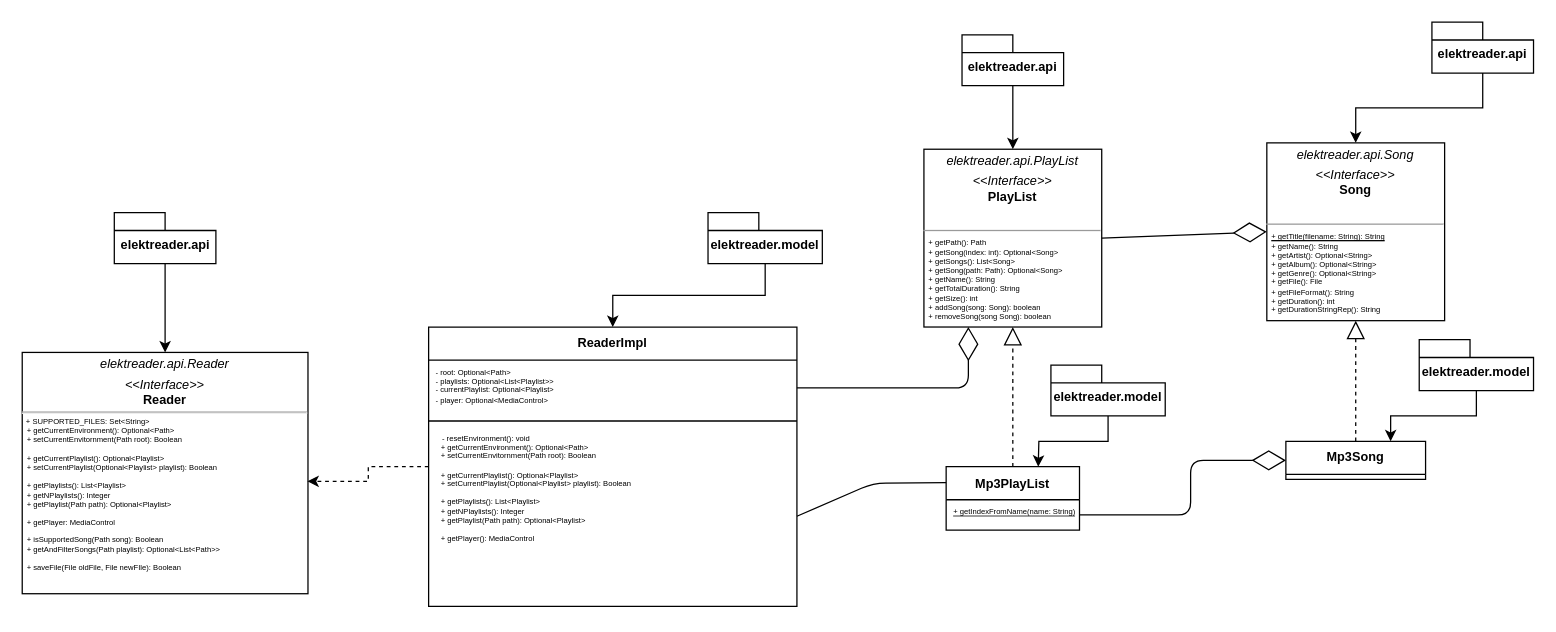
The draw.io diagram UMLDiagram.drawio in pallax03/OOP23-ElektReader, before the edit. Source tidied: cells renumbered, new cells numbered last; positions are measured from the earlier drawing's top-left corner, leaving out a move shared by most shapes. Both pictures are drawn from the tidied source at 127%, with x=0, y=0 at pixel (22, 22).
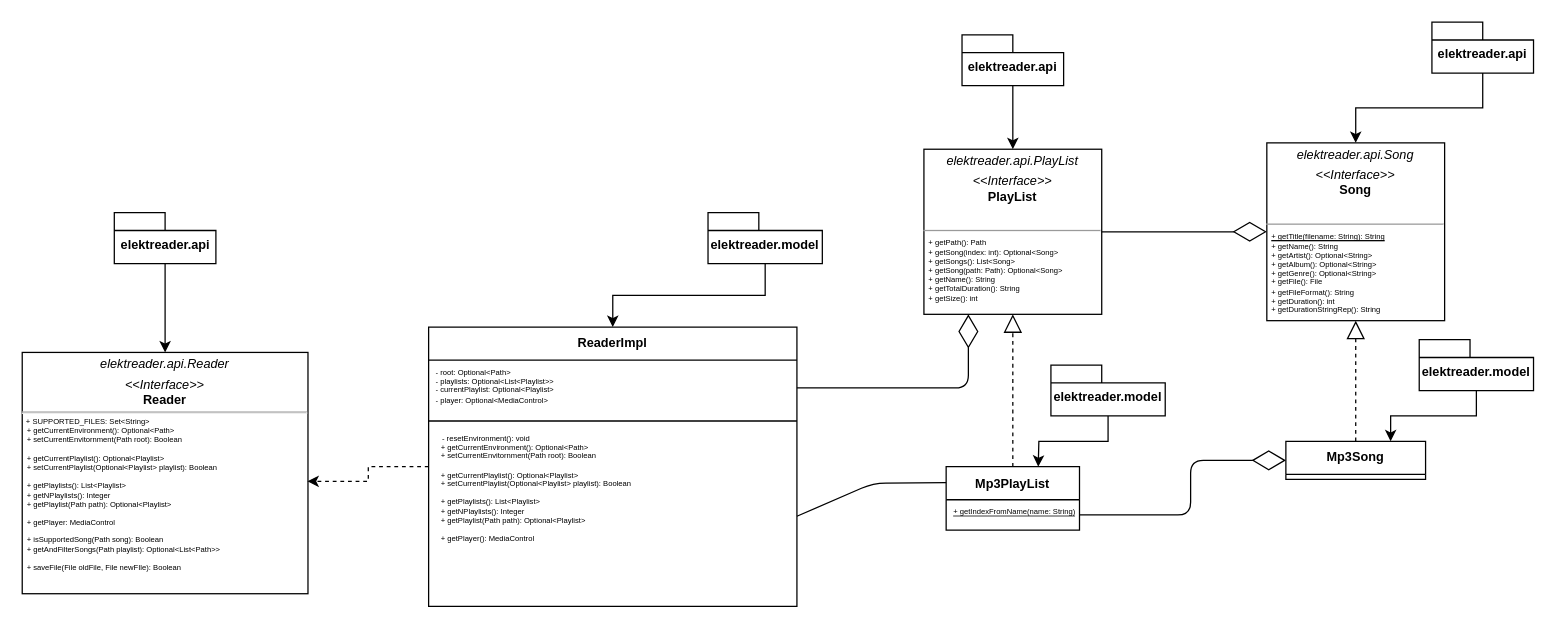
After the change.

Commit message (it also covers changes not shown here):
writing UML diagrams

The edit, as a diff of the source:
```diff
@@
-    <mxCell id="12" value="&lt;p style=&quot;margin: 4px 0px 0px; text-align: center; font-size: 10px;&quot;&gt;&lt;i style=&quot;&quot;&gt;&lt;font style=&quot;font-size: 10px;&quot;&gt;elektreader.api.PlayList&lt;/font&gt;&lt;/i&gt;&lt;/p&gt;&lt;p style=&quot;margin: 4px 0px 0px; text-align: center; font-size: 10px;&quot;&gt;&lt;font style=&quot;font-size: 10px;&quot;&gt;&lt;i style=&quot;&quot;&gt;&amp;lt;&amp;lt;Interface&amp;gt;&amp;gt;&lt;/i&gt;&lt;br&gt;&lt;b style=&quot;&quot;&gt;PlayList&lt;/b&gt;&lt;/font&gt;&lt;/p&gt;&lt;p style=&quot;margin:0px;margin-left:4px;&quot;&gt;&lt;br&gt;&lt;/p&gt;&lt;hr size=&quot;1&quot;&gt;&lt;p style=&quot;margin: 0px 0px 0px 4px; font-size: 6px;&quot;&gt;&lt;font style=&quot;font-size: 6px;&quot;&gt;+ getPath(): Path&lt;/font&gt;&lt;/p&gt;&lt;p style=&quot;margin: 0px 0px 0px 4px; font-size: 6px;&quot;&gt;&lt;font style=&quot;font-size: 6px;&quot;&gt;+ getSong(index: int): Optional&amp;lt;Song&amp;gt;&lt;/font&gt;&lt;/p&gt;&lt;p style=&quot;margin: 0px 0px 0px 4px; font-size: 6px;&quot;&gt;&lt;font style=&quot;font-size: 6px;&quot;&gt;+ getSongs(): List&amp;lt;Song&amp;gt;&lt;/font&gt;&lt;/p&gt;&lt;p style=&quot;margin: 0px 0px 0px 4px; font-size: 6px;&quot;&gt;&lt;font style=&quot;font-size: 6px;&quot;&gt;+ getSong(path: Path): Optional&amp;lt;Song&amp;gt;&lt;/font&gt;&lt;/p&gt;&lt;p style=&quot;margin: 0px 0px 0px 4px; font-size: 6px;&quot;&gt;&lt;font style=&quot;font-size: 6px;&quot;&gt;+ getName(): String&lt;/font&gt;&lt;/p&gt;&lt;p style=&quot;margin: 0px 0px 0px 4px; font-size: 6px;&quot;&gt;&lt;font style=&quot;font-size: 6px;&quot;&gt;+ getTotalDuration(): String&lt;/font&gt;&lt;/p&gt;&lt;p style=&quot;margin: 0px 0px 0px 4px; font-size: 6px;&quot;&gt;&lt;font style=&quot;font-size: 6px;&quot;&gt;+ getSize(): int&lt;/font&gt;&lt;/p&gt;&lt;p style=&quot;margin: 0px 0px 0px 4px; font-size: 6px;&quot;&gt;&lt;font style=&quot;font-size: 6px;&quot;&gt;+ addSong(song: Song): boolean&lt;/font&gt;&lt;/p&gt;&lt;p style=&quot;margin: 0px 0px 0px 4px; font-size: 6px;&quot;&gt;&lt;font style=&quot;font-size: 6px;&quot;&gt;+ removeSong(song Song): boolean&lt;/font&gt;&lt;/p&gt;" style="verticalAlign=top;align=left;overflow=fill;fontSize=12;fontFamily=Helvetica;html=1;" parent="1" vertex="1">
-      <mxGeometry x="710" y="100" width="140" height="140" as="geometry" />
+    <mxCell id="12" value="&lt;p style=&quot;margin: 4px 0px 0px; text-align: center; font-size: 10px;&quot;&gt;&lt;i style=&quot;&quot;&gt;&lt;font style=&quot;font-size: 10px;&quot;&gt;elektreader.api.PlayList&lt;/font&gt;&lt;/i&gt;&lt;/p&gt;&lt;p style=&quot;margin: 4px 0px 0px; text-align: center; font-size: 10px;&quot;&gt;&lt;font style=&quot;font-size: 10px;&quot;&gt;&lt;i style=&quot;&quot;&gt;&amp;lt;&amp;lt;Interface&amp;gt;&amp;gt;&lt;/i&gt;&lt;br&gt;&lt;b style=&quot;&quot;&gt;PlayList&lt;/b&gt;&lt;/font&gt;&lt;/p&gt;&lt;p style=&quot;margin:0px;margin-left:4px;&quot;&gt;&lt;br&gt;&lt;/p&gt;&lt;hr size=&quot;1&quot;&gt;&lt;p style=&quot;margin: 0px 0px 0px 4px; font-size: 6px;&quot;&gt;&lt;font style=&quot;font-size: 6px;&quot;&gt;+ getPath(): Path&lt;/font&gt;&lt;/p&gt;&lt;p style=&quot;margin: 0px 0px 0px 4px; font-size: 6px;&quot;&gt;&lt;font style=&quot;font-size: 6px;&quot;&gt;+ getSong(index: int): Optional&amp;lt;Song&amp;gt;&lt;/font&gt;&lt;/p&gt;&lt;p style=&quot;margin: 0px 0px 0px 4px; font-size: 6px;&quot;&gt;&lt;font style=&quot;font-size: 6px;&quot;&gt;+ getSongs(): List&amp;lt;Song&amp;gt;&lt;/font&gt;&lt;/p&gt;&lt;p style=&quot;margin: 0px 0px 0px 4px; font-size: 6px;&quot;&gt;&lt;font style=&quot;font-size: 6px;&quot;&gt;+ getSong(path: Path): Optional&amp;lt;Song&amp;gt;&lt;/font&gt;&lt;/p&gt;&lt;p style=&quot;margin: 0px 0px 0px 4px; font-size: 6px;&quot;&gt;&lt;font style=&quot;font-size: 6px;&quot;&gt;+ getName(): String&lt;/font&gt;&lt;/p&gt;&lt;p style=&quot;margin: 0px 0px 0px 4px; font-size: 6px;&quot;&gt;&lt;font style=&quot;font-size: 6px;&quot;&gt;+ getTotalDuration(): String&lt;/font&gt;&lt;/p&gt;&lt;p style=&quot;margin: 0px 0px 0px 4px; font-size: 6px;&quot;&gt;&lt;font style=&quot;font-size: 6px;&quot;&gt;+ getSize(): int&lt;/font&gt;&lt;/p&gt;" style="verticalAlign=top;align=left;overflow=fill;fontSize=12;fontFamily=Helvetica;html=1;" parent="1" vertex="1">
+      <mxGeometry x="710" y="100" width="140" height="130" as="geometry" />
     </mxCell>
```
